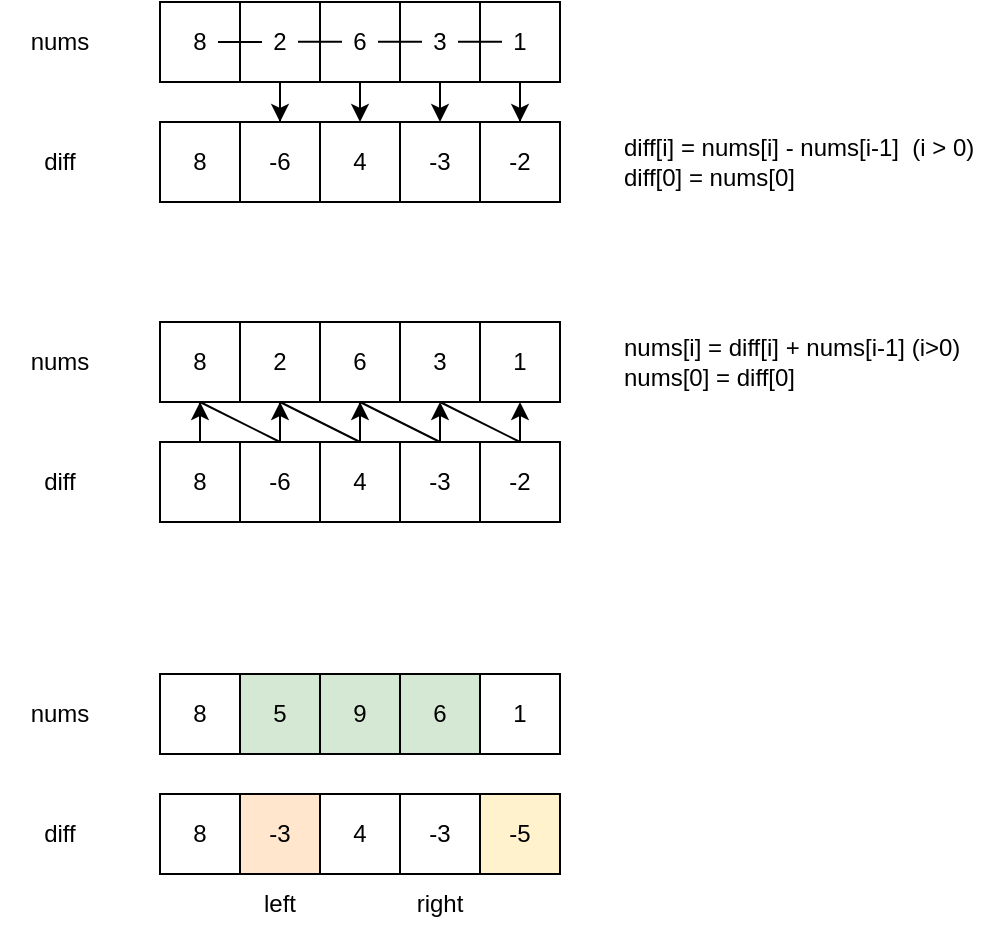
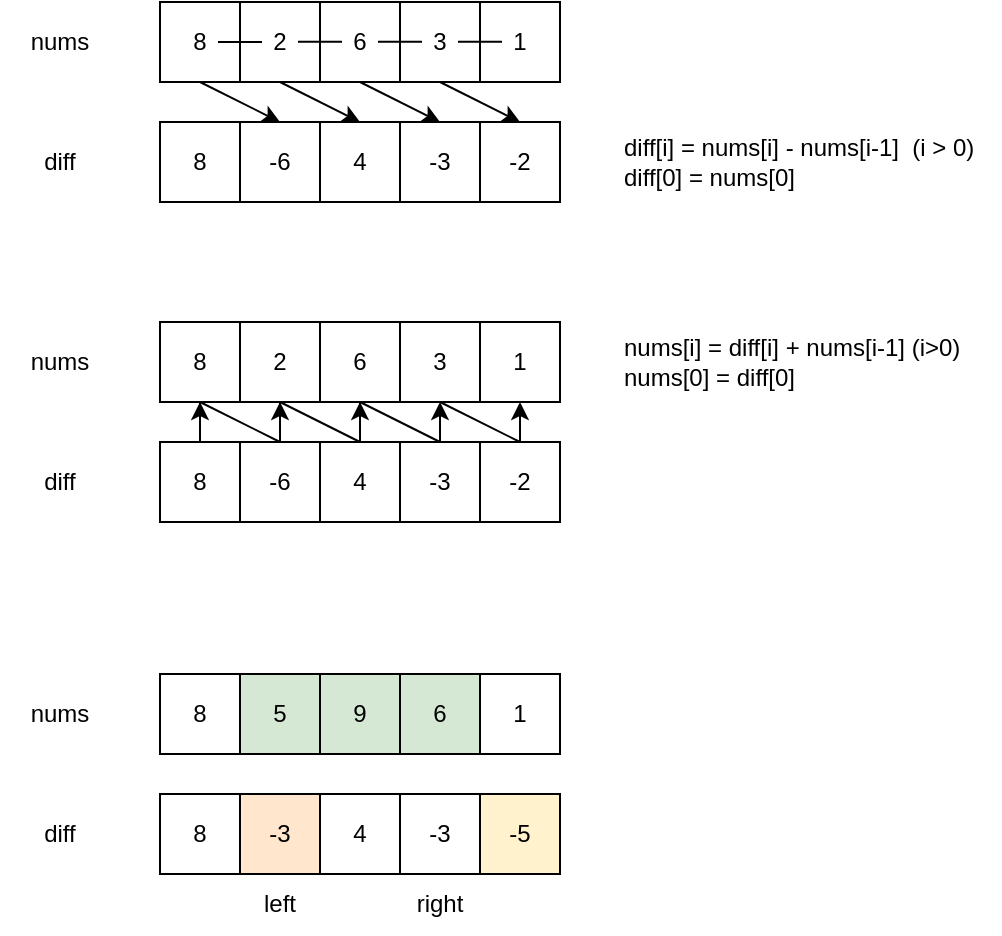
- <mxfile host="Electron" agent="Mozilla/5.0 (Macintosh; Intel Mac OS X 10_15_7) AppleWebKit/537.36 (KHTML, like Gecko) draw.io/29.2.9 Chrome/140.0.7339.249 Electron/38.7.2 Safari/537.36" version="29.2.9">
+ <mxfile host="Electron" agent="Mozilla/5.0 (Macintosh; Intel Mac OS X 10_15_7) AppleWebKit/537.36 (KHTML, like Gecko) draw.io/29.2.9 Chrome/140.0.7339.249 Electron/38.7.2 Safari/537.36">
  <diagram name="Page-1" id="Dh6KiGvrm1AowwLX_pvX">
-     <mxGraphModel dx="1426" dy="759" grid="1" gridSize="10" guides="1" tooltips="1" connect="1" arrows="1" fold="1" page="1" pageScale="1" pageWidth="1169" pageHeight="827" background="#ffffff" math="0" shadow="0">
+     <mxGraphModel dx="975" dy="523" grid="1" gridSize="10" guides="1" tooltips="1" connect="1" arrows="1" fold="1" page="1" pageScale="1" pageWidth="1169" pageHeight="827" background="#ffffff" math="0" shadow="0">
      <root>
        <mxCell id="0" />
        <mxCell id="1" parent="0" />
        <mxCell id="SF3mvQWJ1VQzZTFKKQIs-3" parent="1" style="text;html=1;whiteSpace=wrap;strokeColor=default;fillColor=none;align=center;verticalAlign=middle;rounded=0;" value="8" vertex="1">
          <mxGeometry height="40" width="40" x="415" y="220" as="geometry" />
        </mxCell>
        <mxCell id="SF3mvQWJ1VQzZTFKKQIs-5" parent="1" style="text;html=1;whiteSpace=wrap;strokeColor=default;fillColor=none;align=center;verticalAlign=middle;rounded=0;" value="-2" vertex="1">
          <mxGeometry height="40" width="40" x="575" y="220" as="geometry" />
        </mxCell>
        <mxCell id="SF3mvQWJ1VQzZTFKKQIs-6" parent="1" style="text;html=1;whiteSpace=wrap;strokeColor=default;fillColor=none;align=center;verticalAlign=middle;rounded=0;" value="-3" vertex="1">
          <mxGeometry height="40" width="40" x="535" y="220" as="geometry" />
        </mxCell>
        <mxCell id="SF3mvQWJ1VQzZTFKKQIs-8" parent="1" style="text;html=1;whiteSpace=wrap;strokeColor=default;fillColor=none;align=center;verticalAlign=middle;rounded=0;" value="4" vertex="1">
          <mxGeometry height="40" width="40" x="495" y="220" as="geometry" />
        </mxCell>
        <mxCell id="SF3mvQWJ1VQzZTFKKQIs-10" parent="1" style="text;html=1;whiteSpace=wrap;strokeColor=default;fillColor=none;align=center;verticalAlign=middle;rounded=0;" value="-6" vertex="1">
          <mxGeometry height="40" width="40" x="455" y="220" as="geometry" />
        </mxCell>
        <mxCell id="SF3mvQWJ1VQzZTFKKQIs-13" parent="1" style="text;html=1;whiteSpace=wrap;strokeColor=default;fillColor=none;align=center;verticalAlign=middle;rounded=0;" value="8" vertex="1">
          <mxGeometry height="40" width="40" x="415" y="160" as="geometry" />
        </mxCell>
-         <mxCell id="SF3mvQWJ1VQzZTFKKQIs-14" edge="1" parent="1" source="SF3mvQWJ1VQzZTFKKQIs-15" style="edgeStyle=orthogonalEdgeStyle;rounded=0;orthogonalLoop=1;jettySize=auto;html=1;exitX=0.5;exitY=1;exitDx=0;exitDy=0;entryX=0.5;entryY=0;entryDx=0;entryDy=0;" target="SF3mvQWJ1VQzZTFKKQIs-6">
+         <mxCell id="SF3mvQWJ1VQzZTFKKQIs-14" edge="1" parent="1" source="SF3mvQWJ1VQzZTFKKQIs-17" style="rounded=0;orthogonalLoop=1;jettySize=auto;html=1;exitX=0.5;exitY=1;exitDx=0;exitDy=0;entryX=0.5;entryY=0;entryDx=0;entryDy=0;" target="SF3mvQWJ1VQzZTFKKQIs-6">
          <mxGeometry relative="1" as="geometry" />
        </mxCell>
        <mxCell id="SF3mvQWJ1VQzZTFKKQIs-15" parent="1" style="text;html=1;whiteSpace=wrap;strokeColor=default;fillColor=none;align=center;verticalAlign=middle;rounded=0;" value="3" vertex="1">
          <mxGeometry height="40" width="40" x="535" y="160" as="geometry" />
        </mxCell>
-         <mxCell id="SF3mvQWJ1VQzZTFKKQIs-16" edge="1" parent="1" source="SF3mvQWJ1VQzZTFKKQIs-17" style="edgeStyle=orthogonalEdgeStyle;rounded=0;orthogonalLoop=1;jettySize=auto;html=1;exitX=0.5;exitY=1;exitDx=0;exitDy=0;entryX=0.5;entryY=0;entryDx=0;entryDy=0;" target="SF3mvQWJ1VQzZTFKKQIs-8">
+         <mxCell id="SF3mvQWJ1VQzZTFKKQIs-16" edge="1" parent="1" source="SF3mvQWJ1VQzZTFKKQIs-19" style="rounded=0;orthogonalLoop=1;jettySize=auto;html=1;exitX=0.5;exitY=1;exitDx=0;exitDy=0;entryX=0.5;entryY=0;entryDx=0;entryDy=0;" target="SF3mvQWJ1VQzZTFKKQIs-8">
          <mxGeometry relative="1" as="geometry" />
        </mxCell>
        <mxCell id="SF3mvQWJ1VQzZTFKKQIs-17" parent="1" style="text;html=1;whiteSpace=wrap;strokeColor=default;fillColor=none;align=center;verticalAlign=middle;rounded=0;" value="6" vertex="1">
          <mxGeometry height="40" width="40" x="495" y="160" as="geometry" />
        </mxCell>
-         <mxCell id="SF3mvQWJ1VQzZTFKKQIs-18" edge="1" parent="1" source="SF3mvQWJ1VQzZTFKKQIs-19" style="edgeStyle=orthogonalEdgeStyle;rounded=0;orthogonalLoop=1;jettySize=auto;html=1;entryX=0.5;entryY=0;entryDx=0;entryDy=0;" target="SF3mvQWJ1VQzZTFKKQIs-10">
+         <mxCell id="SF3mvQWJ1VQzZTFKKQIs-18" edge="1" parent="1" source="SF3mvQWJ1VQzZTFKKQIs-13" style="rounded=0;orthogonalLoop=1;jettySize=auto;html=1;entryX=0.5;entryY=0;entryDx=0;entryDy=0;exitX=0.5;exitY=1;exitDx=0;exitDy=0;" target="SF3mvQWJ1VQzZTFKKQIs-10">
          <mxGeometry relative="1" as="geometry" />
        </mxCell>
        <mxCell id="SF3mvQWJ1VQzZTFKKQIs-19" parent="1" style="text;html=1;whiteSpace=wrap;strokeColor=default;fillColor=none;align=center;verticalAlign=middle;rounded=0;" value="2" vertex="1">
          <mxGeometry height="40" width="40" x="455" y="160" as="geometry" />
        </mxCell>
        <mxCell id="SF3mvQWJ1VQzZTFKKQIs-20" parent="1" style="text;html=1;whiteSpace=wrap;strokeColor=none;fillColor=none;align=center;verticalAlign=middle;rounded=0;" value="nums" vertex="1">
          <mxGeometry height="30" width="60" x="335" y="165" as="geometry" />
        </mxCell>
-         <mxCell id="SF3mvQWJ1VQzZTFKKQIs-23" edge="1" parent="1" source="SF3mvQWJ1VQzZTFKKQIs-21" style="edgeStyle=orthogonalEdgeStyle;rounded=0;orthogonalLoop=1;jettySize=auto;html=1;entryX=0.5;entryY=0;entryDx=0;entryDy=0;" target="SF3mvQWJ1VQzZTFKKQIs-5">
+         <mxCell id="SF3mvQWJ1VQzZTFKKQIs-23" edge="1" parent="1" source="SF3mvQWJ1VQzZTFKKQIs-15" style="rounded=0;orthogonalLoop=1;jettySize=auto;html=1;entryX=0.5;entryY=0;entryDx=0;entryDy=0;exitX=0.5;exitY=1;exitDx=0;exitDy=0;" target="SF3mvQWJ1VQzZTFKKQIs-5">
          <mxGeometry relative="1" as="geometry" />
        </mxCell>
        <mxCell id="SF3mvQWJ1VQzZTFKKQIs-21" parent="1" style="text;html=1;whiteSpace=wrap;strokeColor=default;fillColor=none;align=center;verticalAlign=middle;rounded=0;" value="1" vertex="1">
          <mxGeometry height="40" width="40" x="575" y="160" as="geometry" />
        </mxCell>
        <mxCell id="SF3mvQWJ1VQzZTFKKQIs-22" parent="1" style="text;html=1;whiteSpace=wrap;strokeColor=none;fillColor=none;align=center;verticalAlign=middle;rounded=0;" value="diff" vertex="1">
          <mxGeometry height="30" width="60" x="335" y="225" as="geometry" />
        </mxCell>
        <mxCell id="SF3mvQWJ1VQzZTFKKQIs-24" edge="1" parent="1" style="endArrow=none;html=1;rounded=0;" value="">
          <mxGeometry height="50" relative="1" width="50" as="geometry">
            <mxPoint x="444" y="179.94" as="sourcePoint" />
            <mxPoint x="466" y="179.94" as="targetPoint" />
          </mxGeometry>
        </mxCell>
        <mxCell id="SF3mvQWJ1VQzZTFKKQIs-25" edge="1" parent="1" style="endArrow=none;html=1;rounded=0;" value="">
          <mxGeometry height="50" relative="1" width="50" as="geometry">
            <mxPoint x="484" y="179.86" as="sourcePoint" />
            <mxPoint x="506" y="179.86" as="targetPoint" />
          </mxGeometry>
        </mxCell>
        <mxCell id="SF3mvQWJ1VQzZTFKKQIs-26" edge="1" parent="1" style="endArrow=none;html=1;rounded=0;" value="">
          <mxGeometry height="50" relative="1" width="50" as="geometry">
            <mxPoint x="564" y="179.86" as="sourcePoint" />
            <mxPoint x="586" y="179.86" as="targetPoint" />
          </mxGeometry>
        </mxCell>
        <mxCell id="SF3mvQWJ1VQzZTFKKQIs-27" edge="1" parent="1" style="endArrow=none;html=1;rounded=0;" value="">
          <mxGeometry height="50" relative="1" width="50" as="geometry">
            <mxPoint x="524" y="179.86" as="sourcePoint" />
            <mxPoint x="546" y="179.86" as="targetPoint" />
          </mxGeometry>
        </mxCell>
        <mxCell id="SF3mvQWJ1VQzZTFKKQIs-56" edge="1" parent="1" source="SF3mvQWJ1VQzZTFKKQIs-28" style="edgeStyle=orthogonalEdgeStyle;rounded=0;orthogonalLoop=1;jettySize=auto;html=1;entryX=0.5;entryY=1;entryDx=0;entryDy=0;" target="SF3mvQWJ1VQzZTFKKQIs-33">
          <mxGeometry relative="1" as="geometry" />
        </mxCell>
        <mxCell id="SF3mvQWJ1VQzZTFKKQIs-28" parent="1" style="text;html=1;whiteSpace=wrap;strokeColor=default;fillColor=none;align=center;verticalAlign=middle;rounded=0;" value="8" vertex="1">
          <mxGeometry height="40" width="40" x="415" y="380" as="geometry" />
        </mxCell>
        <mxCell id="SF3mvQWJ1VQzZTFKKQIs-55" edge="1" parent="1" source="SF3mvQWJ1VQzZTFKKQIs-29" style="edgeStyle=orthogonalEdgeStyle;rounded=0;orthogonalLoop=1;jettySize=auto;html=1;exitX=0.5;exitY=0;exitDx=0;exitDy=0;entryX=0.5;entryY=1;entryDx=0;entryDy=0;" target="SF3mvQWJ1VQzZTFKKQIs-42">
          <mxGeometry relative="1" as="geometry" />
        </mxCell>
        <mxCell id="SF3mvQWJ1VQzZTFKKQIs-29" parent="1" style="text;html=1;whiteSpace=wrap;strokeColor=default;fillColor=none;align=center;verticalAlign=middle;rounded=0;" value="-2" vertex="1">
          <mxGeometry height="40" width="40" x="575" y="380" as="geometry" />
        </mxCell>
        <mxCell id="SF3mvQWJ1VQzZTFKKQIs-53" edge="1" parent="1" source="SF3mvQWJ1VQzZTFKKQIs-30" style="edgeStyle=orthogonalEdgeStyle;rounded=0;orthogonalLoop=1;jettySize=auto;html=1;exitX=0.5;exitY=0;exitDx=0;exitDy=0;entryX=0.5;entryY=1;entryDx=0;entryDy=0;" target="SF3mvQWJ1VQzZTFKKQIs-35">
          <mxGeometry relative="1" as="geometry" />
        </mxCell>
        <mxCell id="SF3mvQWJ1VQzZTFKKQIs-30" parent="1" style="text;html=1;whiteSpace=wrap;strokeColor=default;fillColor=none;align=center;verticalAlign=middle;rounded=0;" value="-3" vertex="1">
          <mxGeometry height="40" width="40" x="535" y="380" as="geometry" />
        </mxCell>
        <mxCell id="SF3mvQWJ1VQzZTFKKQIs-51" edge="1" parent="1" source="SF3mvQWJ1VQzZTFKKQIs-31" style="edgeStyle=orthogonalEdgeStyle;rounded=0;orthogonalLoop=1;jettySize=auto;html=1;entryX=0.5;entryY=1;entryDx=0;entryDy=0;" target="SF3mvQWJ1VQzZTFKKQIs-37">
          <mxGeometry relative="1" as="geometry" />
        </mxCell>
        <mxCell id="SF3mvQWJ1VQzZTFKKQIs-31" parent="1" style="text;html=1;whiteSpace=wrap;strokeColor=default;fillColor=none;align=center;verticalAlign=middle;rounded=0;" value="4" vertex="1">
          <mxGeometry height="40" width="40" x="495" y="380" as="geometry" />
        </mxCell>
        <mxCell id="SF3mvQWJ1VQzZTFKKQIs-49" edge="1" parent="1" source="SF3mvQWJ1VQzZTFKKQIs-32" style="edgeStyle=orthogonalEdgeStyle;rounded=0;orthogonalLoop=1;jettySize=auto;html=1;entryX=0.5;entryY=1;entryDx=0;entryDy=0;" target="SF3mvQWJ1VQzZTFKKQIs-39">
          <mxGeometry relative="1" as="geometry" />
        </mxCell>
        <mxCell id="SF3mvQWJ1VQzZTFKKQIs-32" parent="1" style="text;html=1;whiteSpace=wrap;strokeColor=default;fillColor=none;align=center;verticalAlign=middle;rounded=0;" value="-6" vertex="1">
          <mxGeometry height="40" width="40" x="455" y="380" as="geometry" />
        </mxCell>
        <mxCell id="SF3mvQWJ1VQzZTFKKQIs-48" edge="1" parent="1" source="SF3mvQWJ1VQzZTFKKQIs-33" style="rounded=0;orthogonalLoop=1;jettySize=auto;html=1;exitX=0.5;exitY=1;exitDx=0;exitDy=0;entryX=0.5;entryY=0;entryDx=0;entryDy=0;endArrow=none;endFill=0;" target="SF3mvQWJ1VQzZTFKKQIs-32">
          <mxGeometry relative="1" as="geometry" />
        </mxCell>
        <mxCell id="SF3mvQWJ1VQzZTFKKQIs-33" parent="1" style="text;html=1;whiteSpace=wrap;strokeColor=default;fillColor=none;align=center;verticalAlign=middle;rounded=0;" value="8" vertex="1">
          <mxGeometry height="40" width="40" x="415" y="320" as="geometry" />
        </mxCell>
        <mxCell id="SF3mvQWJ1VQzZTFKKQIs-54" edge="1" parent="1" source="SF3mvQWJ1VQzZTFKKQIs-35" style="rounded=0;orthogonalLoop=1;jettySize=auto;html=1;exitX=0.5;exitY=1;exitDx=0;exitDy=0;entryX=0.5;entryY=0;entryDx=0;entryDy=0;endArrow=none;endFill=0;" target="SF3mvQWJ1VQzZTFKKQIs-29">
          <mxGeometry relative="1" as="geometry" />
        </mxCell>
        <mxCell id="SF3mvQWJ1VQzZTFKKQIs-35" parent="1" style="text;html=1;whiteSpace=wrap;strokeColor=default;fillColor=none;align=center;verticalAlign=middle;rounded=0;" value="3" vertex="1">
          <mxGeometry height="40" width="40" x="535" y="320" as="geometry" />
        </mxCell>
        <mxCell id="SF3mvQWJ1VQzZTFKKQIs-52" edge="1" parent="1" source="SF3mvQWJ1VQzZTFKKQIs-37" style="rounded=0;orthogonalLoop=1;jettySize=auto;html=1;exitX=0.5;exitY=1;exitDx=0;exitDy=0;entryX=0.5;entryY=0;entryDx=0;entryDy=0;endArrow=none;endFill=0;" target="SF3mvQWJ1VQzZTFKKQIs-30">
          <mxGeometry relative="1" as="geometry" />
        </mxCell>
        <mxCell id="SF3mvQWJ1VQzZTFKKQIs-37" parent="1" style="text;html=1;whiteSpace=wrap;strokeColor=default;fillColor=none;align=center;verticalAlign=middle;rounded=0;" value="6" vertex="1">
          <mxGeometry height="40" width="40" x="495" y="320" as="geometry" />
        </mxCell>
        <mxCell id="SF3mvQWJ1VQzZTFKKQIs-50" edge="1" parent="1" source="SF3mvQWJ1VQzZTFKKQIs-39" style="rounded=0;orthogonalLoop=1;jettySize=auto;html=1;exitX=0.5;exitY=1;exitDx=0;exitDy=0;entryX=0.5;entryY=0;entryDx=0;entryDy=0;endArrow=none;endFill=0;" target="SF3mvQWJ1VQzZTFKKQIs-31">
          <mxGeometry relative="1" as="geometry" />
        </mxCell>
        <mxCell id="SF3mvQWJ1VQzZTFKKQIs-39" parent="1" style="text;html=1;whiteSpace=wrap;strokeColor=default;fillColor=none;align=center;verticalAlign=middle;rounded=0;" value="2" vertex="1">
          <mxGeometry height="40" width="40" x="455" y="320" as="geometry" />
        </mxCell>
        <mxCell id="SF3mvQWJ1VQzZTFKKQIs-40" parent="1" style="text;html=1;whiteSpace=wrap;strokeColor=none;fillColor=none;align=center;verticalAlign=middle;rounded=0;" value="nums" vertex="1">
          <mxGeometry height="30" width="60" x="335" y="325" as="geometry" />
        </mxCell>
        <mxCell id="SF3mvQWJ1VQzZTFKKQIs-42" parent="1" style="text;html=1;whiteSpace=wrap;strokeColor=default;fillColor=none;align=center;verticalAlign=middle;rounded=0;" value="1" vertex="1">
          <mxGeometry height="40" width="40" x="575" y="320" as="geometry" />
        </mxCell>
        <mxCell id="SF3mvQWJ1VQzZTFKKQIs-43" parent="1" style="text;html=1;whiteSpace=wrap;strokeColor=none;fillColor=none;align=center;verticalAlign=middle;rounded=0;" value="diff" vertex="1">
          <mxGeometry height="30" width="60" x="335" y="385" as="geometry" />
        </mxCell>
        <mxCell id="SF3mvQWJ1VQzZTFKKQIs-58" parent="1" style="text;html=1;whiteSpace=wrap;strokeColor=default;fillColor=none;align=center;verticalAlign=middle;rounded=0;" value="8" vertex="1">
          <mxGeometry height="40" width="40" x="415" y="556" as="geometry" />
        </mxCell>
        <mxCell id="SF3mvQWJ1VQzZTFKKQIs-60" parent="1" style="text;html=1;whiteSpace=wrap;strokeColor=#000000;fillColor=#fff2cc;align=center;verticalAlign=middle;rounded=0;" value="-5" vertex="1">
          <mxGeometry height="40" width="40" x="575" y="556" as="geometry" />
        </mxCell>
        <mxCell id="SF3mvQWJ1VQzZTFKKQIs-62" parent="1" style="text;html=1;whiteSpace=wrap;strokeColor=default;fillColor=none;align=center;verticalAlign=middle;rounded=0;" value="-3" vertex="1">
          <mxGeometry height="40" width="40" x="535" y="556" as="geometry" />
        </mxCell>
        <mxCell id="SF3mvQWJ1VQzZTFKKQIs-64" parent="1" style="text;html=1;whiteSpace=wrap;strokeColor=default;fillColor=none;align=center;verticalAlign=middle;rounded=0;" value="4" vertex="1">
          <mxGeometry height="40" width="40" x="495" y="556" as="geometry" />
        </mxCell>
        <mxCell id="SF3mvQWJ1VQzZTFKKQIs-66" parent="1" style="text;html=1;whiteSpace=wrap;strokeColor=#000000;fillColor=#ffe6cc;align=center;verticalAlign=middle;rounded=0;" value="-3" vertex="1">
          <mxGeometry height="40" width="40" x="455" y="556" as="geometry" />
        </mxCell>
        <mxCell id="SF3mvQWJ1VQzZTFKKQIs-68" parent="1" style="text;html=1;whiteSpace=wrap;strokeColor=default;fillColor=none;align=center;verticalAlign=middle;rounded=0;" value="8" vertex="1">
          <mxGeometry height="40" width="40" x="415" y="496" as="geometry" />
        </mxCell>
        <mxCell id="SF3mvQWJ1VQzZTFKKQIs-70" parent="1" style="text;html=1;whiteSpace=wrap;strokeColor=#000000;fillColor=#d5e8d4;align=center;verticalAlign=middle;rounded=0;" value="6" vertex="1">
          <mxGeometry height="40" width="40" x="535" y="496" as="geometry" />
        </mxCell>
        <mxCell id="SF3mvQWJ1VQzZTFKKQIs-72" parent="1" style="text;html=1;whiteSpace=wrap;strokeColor=#000000;fillColor=#d5e8d4;align=center;verticalAlign=middle;rounded=0;" value="9" vertex="1">
          <mxGeometry height="40" width="40" x="495" y="496" as="geometry" />
        </mxCell>
        <mxCell id="SF3mvQWJ1VQzZTFKKQIs-74" parent="1" style="text;html=1;whiteSpace=wrap;strokeColor=#000000;fillColor=#d5e8d4;align=center;verticalAlign=middle;rounded=0;" value="5" vertex="1">
          <mxGeometry height="40" width="40" x="455" y="496" as="geometry" />
        </mxCell>
        <mxCell id="SF3mvQWJ1VQzZTFKKQIs-75" parent="1" style="text;html=1;whiteSpace=wrap;strokeColor=none;fillColor=none;align=center;verticalAlign=middle;rounded=0;" value="nums" vertex="1">
          <mxGeometry height="30" width="60" x="335" y="501" as="geometry" />
        </mxCell>
        <mxCell id="SF3mvQWJ1VQzZTFKKQIs-76" parent="1" style="text;html=1;whiteSpace=wrap;strokeColor=default;fillColor=none;align=center;verticalAlign=middle;rounded=0;" value="1" vertex="1">
          <mxGeometry height="40" width="40" x="575" y="496" as="geometry" />
        </mxCell>
        <mxCell id="SF3mvQWJ1VQzZTFKKQIs-77" parent="1" style="text;html=1;whiteSpace=wrap;strokeColor=none;fillColor=none;align=center;verticalAlign=middle;rounded=0;" value="diff" vertex="1">
          <mxGeometry height="30" width="60" x="335" y="561" as="geometry" />
        </mxCell>
        <mxCell id="SF3mvQWJ1VQzZTFKKQIs-78" parent="1" style="text;html=1;whiteSpace=wrap;strokeColor=none;fillColor=none;align=center;verticalAlign=middle;rounded=0;" value="left" vertex="1">
          <mxGeometry height="30" width="30" x="460" y="596" as="geometry" />
        </mxCell>
        <mxCell id="SF3mvQWJ1VQzZTFKKQIs-80" parent="1" style="text;html=1;whiteSpace=wrap;strokeColor=none;fillColor=none;align=center;verticalAlign=middle;rounded=0;" value="right" vertex="1">
          <mxGeometry height="30" width="30" x="540" y="596" as="geometry" />
        </mxCell>
        <mxCell id="SF3mvQWJ1VQzZTFKKQIs-81" parent="1" style="text;html=1;whiteSpace=wrap;strokeColor=none;fillColor=none;align=left;verticalAlign=middle;rounded=0;" value="&lt;div&gt;diff[i] = nums[i] - nums[i-1]&amp;nbsp; (i &amp;gt; 0)&lt;/div&gt;&lt;div&gt;diff[0] = nums[0]&lt;/div&gt;" vertex="1">
          <mxGeometry height="30" width="190" x="645" y="225" as="geometry" />
        </mxCell>
        <mxCell id="SF3mvQWJ1VQzZTFKKQIs-82" parent="1" style="text;html=1;whiteSpace=wrap;strokeColor=none;fillColor=none;align=left;verticalAlign=middle;rounded=0;" value="&lt;div&gt;nums[i] = diff[i] + nums[i-1] (i&amp;gt;0)&lt;/div&gt;&lt;div&gt;nums[0] = diff[0]&lt;/div&gt;" vertex="1">
          <mxGeometry height="30" width="190" x="645" y="325" as="geometry" />
        </mxCell>
      </root>
    </mxGraphModel>
  </diagram>
</mxfile>
